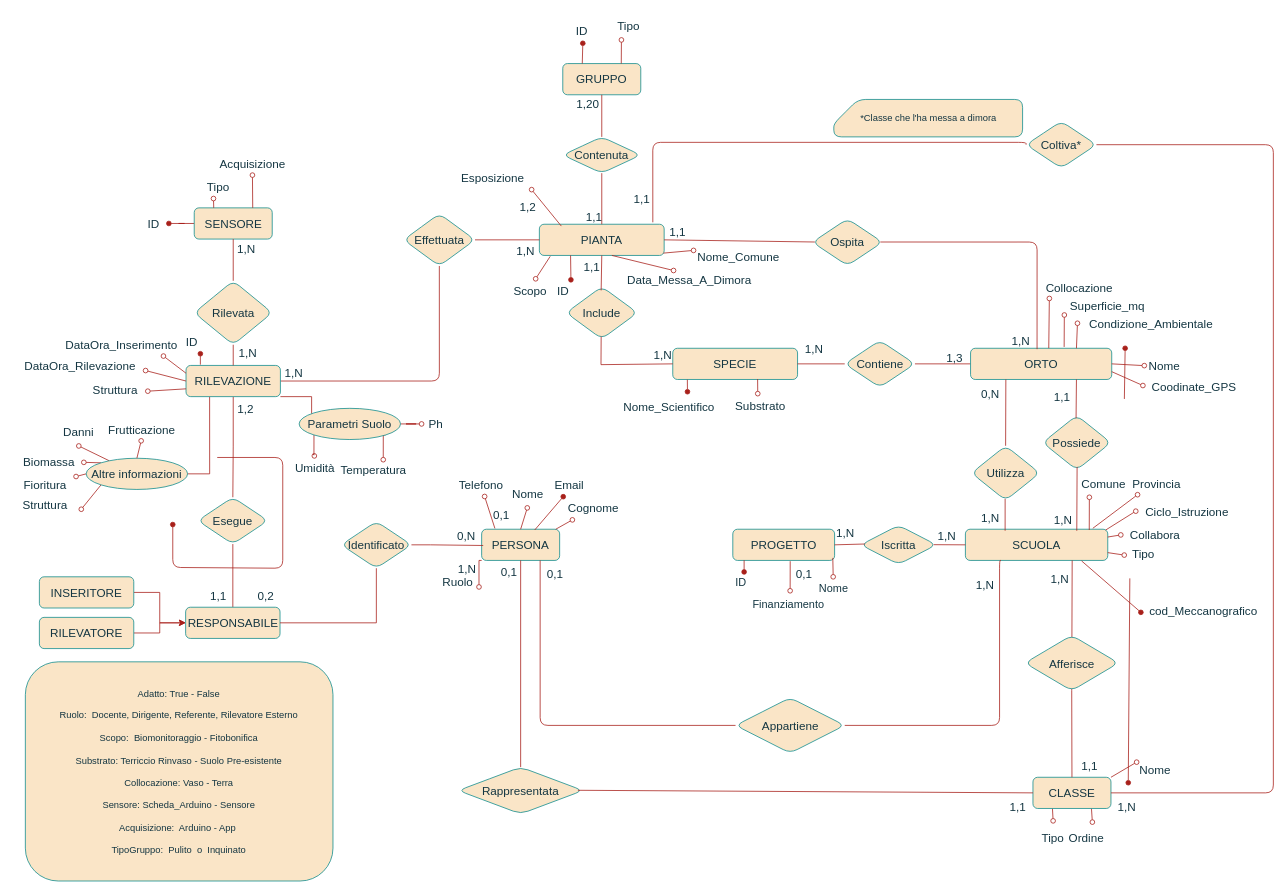
The draw.io diagram Parte I - Progettazione Logica/Aggiuntivi/DiagrammaNonRistrutturato.drawio in andrewasterix/BD, before the edit. Source tidied: cells renumbered, new cells numbered last; positions are measured from the earlier drawing's top-left corner, leaving out a move shared by most shapes. Both pictures are drawn from the tidied source at 78%, with x=0, y=0 at pixel (13, 13).
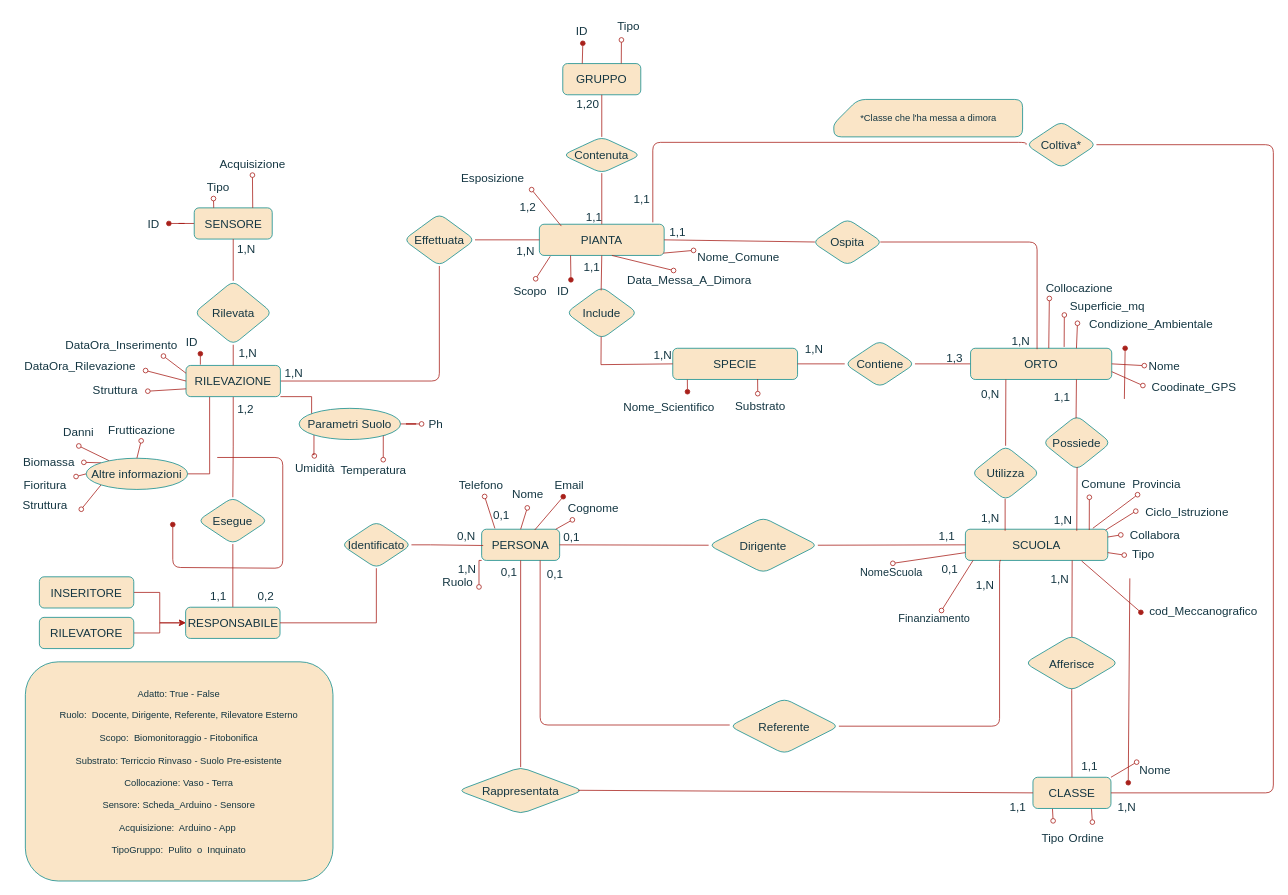
After the change.

The change refers to these unchanged cells:
```xml
<mxCell id="2" value="SCUOLA" style="rounded=1;whiteSpace=wrap;html=1;shadow=0;glass=0;points=[[0,0,0,0,0],[0,0.25,0,0,0],[0,0.5,0,0,0],[0,0.75,0,0,0],[0,1,0,0,0],[0.25,0,0,0,0],[0.25,1,0,0,0],[0.5,0,0,0,0],[0.5,1,0,0,0],[0.75,0,0,0,0],[0.75,1,0,0,0],[1,0,0,0,0],[1,0.25,0,0,0],[1,0.5,0,0,0],[1,0.75,0,0,0],[1,1,0,0,0]];fontSize=15;labelBackgroundColor=none;fillColor=#FAE5C7;strokeColor=#0F8B8D;fontColor=#143642;" parent="1" vertex="1">
  <mxGeometry x="1220.2" y="661" width="182.5" height="40" as="geometry" />
</mxCell>
<mxCell id="4" value="PERSONA" style="whiteSpace=wrap;html=1;rounded=1;shadow=0;glass=0;fontSize=15;points=[[0,0,0,0,0],[0,0.25,0,0,0],[0,0.5,0,0,0],[0,0.75,0,0,0],[0,1,0,0,0],[0.25,0,0,0,0],[0.25,1,0,0,0],[0.5,0,0,0,0],[0.5,1,0,0,0],[0.75,0,0,0,0],[0.75,1,0,0,0],[1,0,0,0,0],[1,0.25,0,0,0],[1,0.5,0,0,0],[1,0.75,0,0,0],[1,1,0,0,0]];labelBackgroundColor=none;fillColor=#FAE5C7;strokeColor=#0F8B8D;fontColor=#143642;" parent="1" vertex="1">
  <mxGeometry x="600" y="661" width="100" height="40" as="geometry" />
</mxCell>
```

The edit, as a diff of the source:
```diff
@@
-    <mxCell id="30" value="Iscritta" style="rhombus;whiteSpace=wrap;html=1;fontFamily=Helvetica;fontSize=15;align=center;verticalAlign=middle;labelBackgroundColor=none;rounded=1;fillColor=#FAE5C7;strokeColor=#0F8B8D;fontColor=#143642;" parent="1" vertex="1">
-      <mxGeometry x="1086" y="656" width="97" height="50" as="geometry" />
-    </mxCell>
@@
-    <mxCell id="35" value="Appartiene" style="rhombus;whiteSpace=wrap;html=1;fontFamily=Helvetica;fontSize=15;align=center;verticalAlign=middle;labelBackgroundColor=none;rounded=1;fillColor=#FAE5C7;strokeColor=#0F8B8D;fontColor=#143642;" parent="1" vertex="1">
-      <mxGeometry x="925.5" y="877" width="140" height="71" as="geometry" />
+    <mxCell id="35" value="Referente" style="rhombus;whiteSpace=wrap;html=1;fontFamily=Helvetica;fontSize=15;align=center;verticalAlign=middle;labelBackgroundColor=none;rounded=1;fillColor=#FAE5C7;strokeColor=#0F8B8D;fontColor=#143642;" parent="1" vertex="1">
+      <mxGeometry x="918" y="878" width="140" height="71" as="geometry" />
     </mxCell>
@@
-    <mxCell id="46" style="endArrow=none;html=1;rounded=0;entryX=0;entryY=0.5;entryDx=0;entryDy=0;entryPerimeter=0;exitX=0.964;exitY=0.496;exitDx=0;exitDy=0;labelBackgroundColor=none;strokeColor=#A8201A;fontColor=default;exitPerimeter=0;" parent="1" edge="1" source="30" target="2">
+    <mxCell id="46" style="endArrow=none;html=1;rounded=0;entryX=0;entryY=0.5;entryDx=0;entryDy=0;entryPerimeter=0;exitX=1;exitY=0.5;exitDx=0;exitDy=0;labelBackgroundColor=none;strokeColor=#A8201A;fontColor=default;" parent="1" edge="1" source="200" target="2">
       <mxGeometry relative="1" as="geometry" />
     </mxCell>
-    <mxCell id="47" value="PROGETTO" style="rounded=1;whiteSpace=wrap;html=1;shadow=0;glass=0;points=[[0,0,0,0,0],[0,0.25,0,0,0],[0,0.5,0,0,0],[0,0.75,0,0,0],[0,1,0,0,0],[0.25,0,0,0,0],[0.25,1,0,0,0],[0.5,0,0,0,0],[0.5,1,0,0,0],[0.75,0,0,0,0],[0.75,1,0,0,0],[1,0,0,0,0],[1,0.25,0,0,0],[1,0.5,0,0,0],[1,0.75,0,0,0],[1,1,0,0,0]];fontSize=15;labelBackgroundColor=none;fillColor=#FAE5C7;strokeColor=#0F8B8D;fontColor=#143642;" parent="1" vertex="1">
-      <mxGeometry x="922" y="661" width="130.5" height="40" as="geometry" />
-    </mxCell>
@@
-    <mxCell id="62" style="endArrow=none;html=1;rounded=0;exitX=1;exitY=0.5;exitDx=0;exitDy=0;exitPerimeter=0;entryX=0.055;entryY=0.479;entryDx=0;entryDy=0;labelBackgroundColor=none;strokeColor=#A8201A;fontColor=default;entryPerimeter=0;" parent="1" edge="1" source="47" target="30">
+    <mxCell id="62" style="endArrow=none;html=1;rounded=0;exitX=1;exitY=0.5;exitDx=0;exitDy=0;exitPerimeter=0;entryX=0;entryY=0.5;entryDx=0;entryDy=0;labelBackgroundColor=none;strokeColor=#A8201A;fontColor=default;" parent="1" edge="1" source="4" target="200">
       <mxGeometry relative="1" as="geometry" />
     </mxCell>
@@
-    <mxCell id="66" style="edgeStyle=orthogonalEdgeStyle;rounded=1;jettySize=auto;html=1;entryX=0;entryY=0.5;entryDx=0;entryDy=0;fontFamily=Helvetica;fontSize=15;fontColor=default;endArrow=none;endFill=0;labelBackgroundColor=none;exitX=0.75;exitY=1;exitDx=0;exitDy=0;strokeColor=#A8201A;exitPerimeter=0;" parent="1" edge="1" source="4" target="35">
+    <mxCell id="66" style="edgeStyle=orthogonalEdgeStyle;rounded=1;jettySize=auto;html=1;fontFamily=Helvetica;fontSize=15;fontColor=default;endArrow=none;endFill=0;labelBackgroundColor=none;exitX=0.75;exitY=1;exitDx=0;exitDy=0;strokeColor=#A8201A;exitPerimeter=0;" parent="1" edge="1" source="4">
       <mxGeometry relative="1" as="geometry">
+        <mxPoint x="918" y="912" as="targetPoint" />
         <Array as="points">
           <mxPoint x="675" y="912" />
         </Array>
       </mxGeometry>
     </mxCell>
@@
-    <mxCell id="128" value="0,1" style="text;html=1;align=center;verticalAlign=middle;strokeColor=none;fillColor=none;fontSize=15;fontFamily=Helvetica;rounded=1;labelBackgroundColor=none;fontColor=#143642;" parent="1" vertex="1">
-      <mxGeometry x="993" y="703" width="40" height="30" as="geometry" />
+    <mxCell id="128" value="0,1" style="text;html=1;align=center;verticalAlign=middle;strokeColor=none;fillColor=none;fontSize=15;fontFamily=Helvetica;rounded=1;labelBackgroundColor=none;fontColor=#143642;arcSize=50;" parent="1" vertex="1">
+      <mxGeometry x="1180.2" y="697" width="40" height="30" as="geometry" />
     </mxCell>
-    <mxCell id="129" value="ID" style="text;html=1;align=center;verticalAlign=middle;points=[];strokeColor=none;fillColor=none;fontSize=14;labelBackgroundColor=none;rounded=1;fontColor=#143642;" parent="1" vertex="1">
-      <mxGeometry x="911.5" y="714" width="40" height="30" as="geometry" />
-    </mxCell>
-    <mxCell id="130" value="Nome" style="text;html=1;align=center;verticalAlign=middle;points=[];strokeColor=none;fillColor=none;fontSize=14;labelBackgroundColor=none;rounded=1;fontColor=#143642;" parent="1" vertex="1">
-      <mxGeometry x="1021" y="722" width="60" height="30" as="geometry" />
-    </mxCell>
-    <mxCell id="131" style="edgeStyle=none;shape=connector;rounded=1;jettySize=auto;html=1;labelBackgroundColor=none;fontFamily=Helvetica;fontSize=15;fontColor=default;endArrow=oval;endFill=1;strokeColor=#A8201A;entryX=0.625;entryY=0.059;entryDx=0;entryDy=0;entryPerimeter=0;exitX=0.111;exitY=0.996;exitDx=0;exitDy=0;exitPerimeter=0;" parent="1" edge="1" source="47" target="129">
-      <mxGeometry relative="1" as="geometry" />
-    </mxCell>
@@
-    <mxCell id="134" value="1,N" style="text;html=1;align=center;verticalAlign=middle;strokeColor=none;fillColor=none;fontSize=15;fontFamily=Helvetica;rounded=1;labelBackgroundColor=none;fontColor=#143642;" parent="1" vertex="1">
-      <mxGeometry x="1175" y="654" width="41" height="30" as="geometry" />
+    <mxCell id="134" value="1,1" style="text;html=1;align=center;verticalAlign=middle;strokeColor=none;fillColor=none;fontSize=15;fontFamily=Helvetica;rounded=1;labelBackgroundColor=none;fontColor=#143642;" parent="1" vertex="1">
+      <mxGeometry x="1176" y="654" width="39" height="30" as="geometry" />
     </mxCell>
@@
-    <mxCell id="158" value="1,N" style="text;html=1;align=center;verticalAlign=middle;strokeColor=none;fillColor=none;fontSize=15;fontFamily=Helvetica;rounded=1;labelBackgroundColor=none;fontColor=#143642;" parent="1" vertex="1">
-      <mxGeometry x="1045" y="650" width="41" height="30" as="geometry" />
-    </mxCell>
@@
-    <mxCell id="163" style="edgeStyle=none;shape=connector;rounded=1;orthogonalLoop=1;jettySize=auto;html=1;labelBackgroundColor=none;fontFamily=Helvetica;fontSize=15;fontColor=default;endArrow=oval;endFill=0;entryX=0.532;entryY=-0.107;entryDx=0;entryDy=0;entryPerimeter=0;strokeColor=#A8201A;exitX=0.579;exitY=1.025;exitDx=0;exitDy=0;exitPerimeter=0;" parent="1" edge="1">
-      <mxGeometry relative="1" as="geometry">
-        <mxPoint x="995.6" y="702" as="sourcePoint" />
-        <mxPoint x="995.5" y="739.9" as="targetPoint" />
-      </mxGeometry>
-    </mxCell>
     <mxCell id="164" value="Finanziamento" style="text;html=1;align=center;verticalAlign=middle;points=[];strokeColor=none;fillColor=none;fontSize=14;labelBackgroundColor=none;rounded=1;fontColor=#143642;" parent="1" vertex="1">
-      <mxGeometry x="938" y="743" width="110" height="29" as="geometry" />
+      <mxGeometry x="1125" y="761" width="110" height="29" as="geometry" />
     </mxCell>
-    <mxCell id="165" style="edgeStyle=none;shape=connector;rounded=1;jettySize=auto;html=1;labelBackgroundColor=none;fontFamily=Helvetica;fontSize=15;fontColor=default;endArrow=oval;endFill=0;strokeColor=#A8201A;exitX=0.99;exitY=0.921;exitDx=0;exitDy=0;exitPerimeter=0;" parent="1" edge="1" target="130">
-      <mxGeometry relative="1" as="geometry">
-        <mxPoint x="1050.2" y="697.8" as="sourcePoint" />
-      </mxGeometry>
-    </mxCell>
@@
+    <mxCell id="200" value="Dirigente" style="rhombus;whiteSpace=wrap;html=1;fontFamily=Helvetica;fontSize=15;align=center;verticalAlign=middle;labelBackgroundColor=none;rounded=1;fillColor=#FAE5C7;strokeColor=#0F8B8D;fontColor=#143642;" parent="1" vertex="1">
+      <mxGeometry x="891" y="646" width="140" height="71" as="geometry" />
+    </mxCell>
+    <mxCell id="201" style="edgeStyle=none;shape=connector;rounded=1;jettySize=auto;html=1;labelBackgroundColor=none;fontFamily=Helvetica;fontSize=15;fontColor=default;endArrow=oval;endFill=0;strokeColor=#A8201A;exitX=0;exitY=0.75;exitDx=0;exitDy=0;exitPerimeter=0;entryX=0.52;entryY=0.128;entryDx=0;entryDy=0;entryPerimeter=0;" parent="1" edge="1" source="2" target="203">
+      <mxGeometry relative="1" as="geometry" />
+    </mxCell>
+    <mxCell id="202" style="edgeStyle=none;shape=connector;rounded=1;jettySize=auto;html=1;labelBackgroundColor=none;fontFamily=Helvetica;fontSize=15;fontColor=default;endArrow=oval;endFill=0;strokeColor=#A8201A;exitX=0;exitY=0.75;exitDx=0;exitDy=0;exitPerimeter=0;entryX=0.587;entryY=0.145;entryDx=0;entryDy=0;entryPerimeter=0;" parent="1" edge="1" target="164">
+      <mxGeometry relative="1" as="geometry">
+        <mxPoint x="1230" y="701" as="sourcePoint" />
+      </mxGeometry>
+    </mxCell>
+    <mxCell id="203" value="NomeScuola" style="text;html=1;align=center;verticalAlign=middle;points=[];strokeColor=none;fillColor=none;fontSize=14;labelBackgroundColor=none;rounded=1;fontColor=#143642;" parent="1" vertex="1">
+      <mxGeometry x="1076.2" y="701" width="98" height="29" as="geometry" />
+    </mxCell>
+    <mxCell id="204" value="0,1" style="text;html=1;align=center;verticalAlign=middle;strokeColor=none;fillColor=none;fontSize=15;fontFamily=Helvetica;rounded=1;labelBackgroundColor=none;fontColor=#143642;" parent="1" vertex="1">
+      <mxGeometry x="695" y="655" width="39" height="30" as="geometry" />
+    </mxCell>
```
